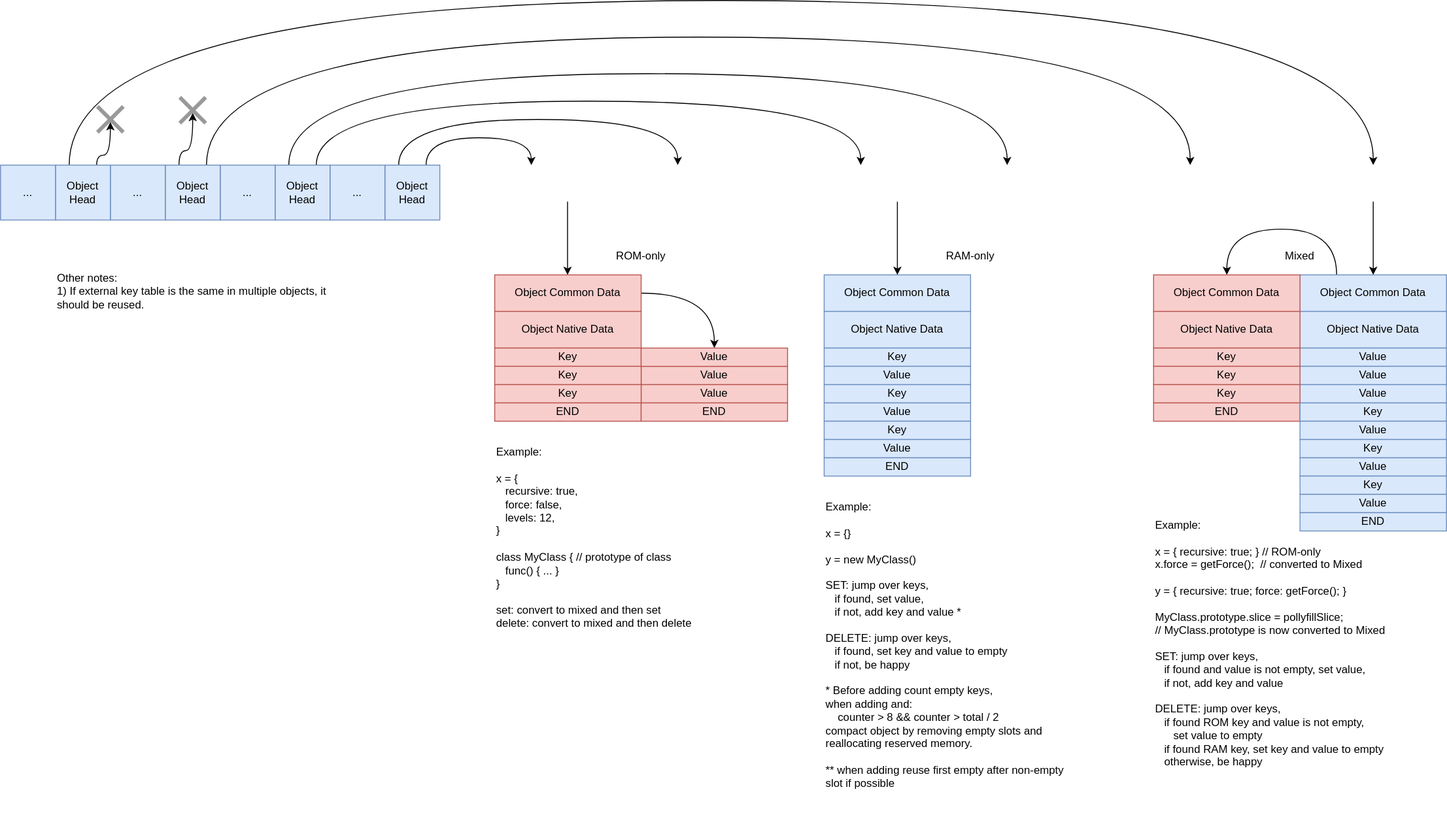
Before: Diagrams.drawio.svg, a diagram exported from draw.io (kildom/deprecated). Source tidied: cells renumbered, new cells last; positions are measured from the earlier drawing's top-left corner, leaving out a move shared by most shapes.
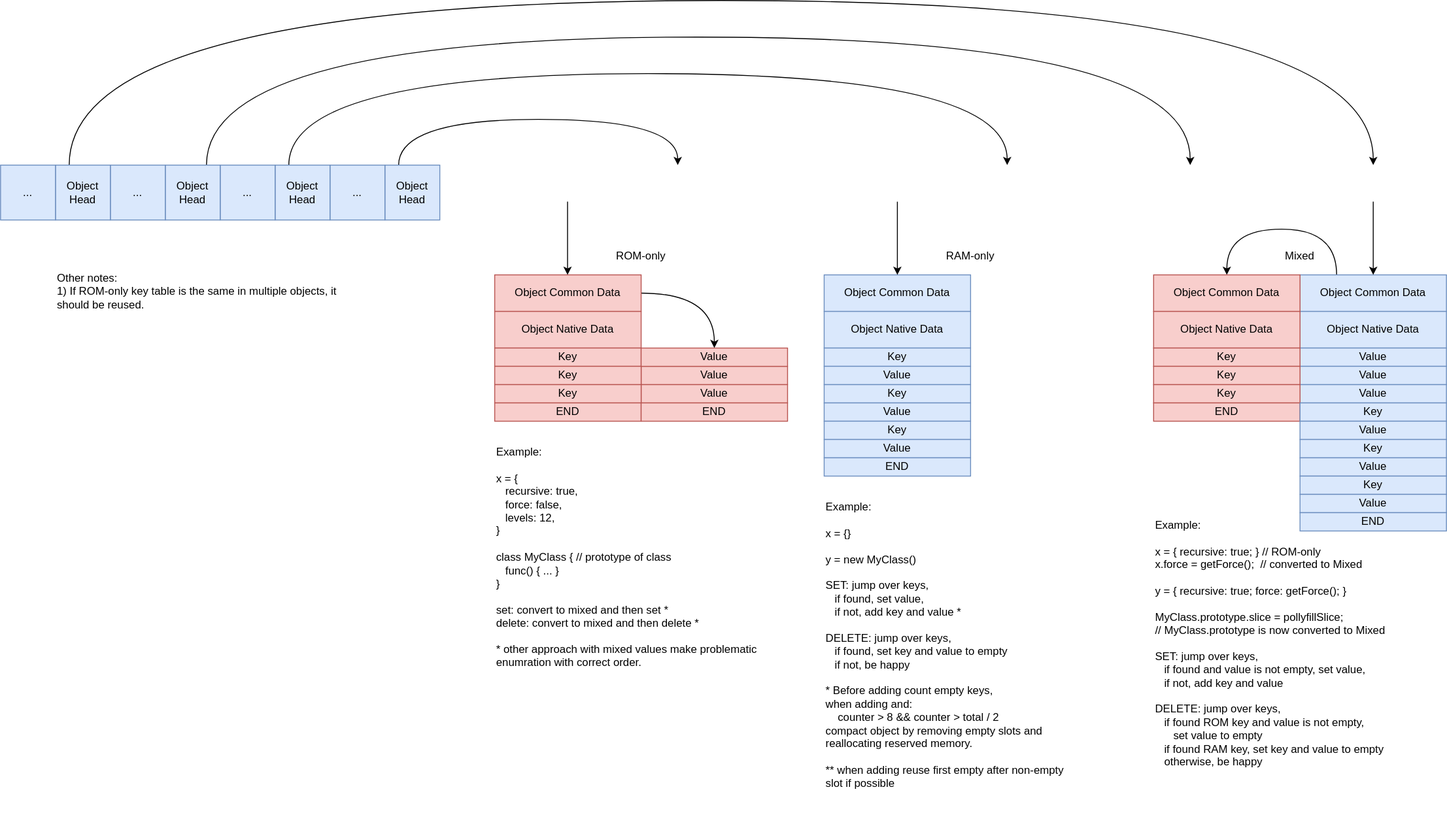
The same diagram one commit later.

Diff of the diagram source:
```diff
@@ -11,15 +11,6 @@
         </Array>
       </mxGeometry>
     </mxCell>
-    <mxCell id="3" style="edgeStyle=orthogonalEdgeStyle;shape=connector;curved=1;rounded=1;html=1;exitX=0.75;exitY=0;exitDx=0;exitDy=0;entryX=0.5;entryY=0;entryDx=0;entryDy=0;labelBackgroundColor=default;strokeColor=default;fontFamily=Helvetica;fontSize=11;fontColor=default;endArrow=classic;" parent="1" edge="1" source="4">
-      <mxGeometry relative="1" as="geometry">
-        <mxPoint x="580" y="180" as="targetPoint" />
-        <Array as="points">
-          <mxPoint x="465" y="150" />
-          <mxPoint x="580" y="150" />
-        </Array>
-      </mxGeometry>
-    </mxCell>
     <mxCell id="4" value="Object Head" style="rounded=0;whiteSpace=wrap;html=1;fillColor=#dae8fc;strokeColor=#6c8ebf;" parent="1" vertex="1">
       <mxGeometry x="420" y="180" width="60" height="60" as="geometry" />
     </mxCell>
@@ -35,15 +26,6 @@
         </Array>
       </mxGeometry>
     </mxCell>
-    <mxCell id="7" style="edgeStyle=orthogonalEdgeStyle;shape=connector;curved=1;rounded=1;html=1;exitX=0.75;exitY=0;exitDx=0;exitDy=0;entryX=0.5;entryY=0;entryDx=0;entryDy=0;labelBackgroundColor=default;strokeColor=default;fontFamily=Helvetica;fontSize=11;fontColor=default;endArrow=classic;" parent="1" edge="1" source="8">
-      <mxGeometry relative="1" as="geometry">
-        <mxPoint x="940" y="180" as="targetPoint" />
-        <Array as="points">
-          <mxPoint x="345" y="110" />
-          <mxPoint x="940" y="110" />
-        </Array>
-      </mxGeometry>
-    </mxCell>
     <mxCell id="8" value="Object Head" style="rounded=0;whiteSpace=wrap;html=1;fillColor=#dae8fc;strokeColor=#6c8ebf;" parent="1" vertex="1">
       <mxGeometry x="300" y="180" width="60" height="60" as="geometry" />
     </mxCell>
@@ -59,21 +41,12 @@
         </Array>
       </mxGeometry>
     </mxCell>
-    <mxCell id="11" style="edgeStyle=orthogonalEdgeStyle;shape=connector;curved=1;rounded=1;html=1;exitX=0.25;exitY=0;exitDx=0;exitDy=0;entryX=0;entryY=0;entryDx=22.12132034355966;entryDy=22.12132034355966;entryPerimeter=0;labelBackgroundColor=default;strokeColor=default;fontFamily=Helvetica;fontSize=11;fontColor=default;endArrow=classic;" parent="1" edge="1" source="12" target="14">
-      <mxGeometry relative="1" as="geometry" />
-    </mxCell>
     <mxCell id="12" value="Object Head" style="rounded=0;whiteSpace=wrap;html=1;fillColor=#dae8fc;strokeColor=#6c8ebf;" parent="1" vertex="1">
       <mxGeometry x="180" y="180" width="60" height="60" as="geometry" />
     </mxCell>
     <mxCell id="13" value="..." style="rounded=0;whiteSpace=wrap;html=1;fillColor=#dae8fc;strokeColor=#6c8ebf;" parent="1" vertex="1">
       <mxGeometry x="120" y="180" width="60" height="60" as="geometry" />
     </mxCell>
-    <mxCell id="14" style="shape=cross;whiteSpace=wrap;html=1;fontFamily=Helvetica;fontSize=11;fontColor=default;rotation=45;strokeColor=none;fillColor=#999999;size=0.10606601717798299;" parent="1" vertex="1">
-      <mxGeometry x="190" y="100" width="40" height="40" as="geometry" />
-    </mxCell>
-    <mxCell id="15" style="shape=cross;whiteSpace=wrap;html=1;fontFamily=Helvetica;fontSize=11;fontColor=default;rotation=45;strokeColor=none;fillColor=#999999;size=0.10606601717798299;" parent="1" vertex="1">
-      <mxGeometry x="100" y="110" width="40" height="40" as="geometry" />
-    </mxCell>
     <mxCell id="16" style="edgeStyle=orthogonalEdgeStyle;shape=connector;curved=1;rounded=1;html=1;exitX=0.25;exitY=0;exitDx=0;exitDy=0;entryX=0.5;entryY=0;entryDx=0;entryDy=0;labelBackgroundColor=default;strokeColor=default;fontFamily=Helvetica;fontSize=11;fontColor=default;endArrow=classic;" parent="1" edge="1" source="18">
       <mxGeometry relative="1" as="geometry">
         <mxPoint x="1500" y="180" as="targetPoint" />
@@ -83,16 +56,13 @@
         </Array>
       </mxGeometry>
     </mxCell>
-    <mxCell id="17" style="edgeStyle=orthogonalEdgeStyle;shape=connector;curved=1;rounded=1;html=1;exitX=0.75;exitY=0;exitDx=0;exitDy=0;entryX=0;entryY=0;entryDx=22.12132034355966;entryDy=22.12132034355966;entryPerimeter=0;labelBackgroundColor=default;strokeColor=default;fontFamily=Helvetica;fontSize=11;fontColor=default;endArrow=classic;" parent="1" edge="1" source="18" target="15">
-      <mxGeometry relative="1" as="geometry" />
-    </mxCell>
     <mxCell id="18" value="Object Head" style="rounded=0;whiteSpace=wrap;html=1;fillColor=#dae8fc;strokeColor=#6c8ebf;" parent="1" vertex="1">
       <mxGeometry x="60" y="180" width="60" height="60" as="geometry" />
     </mxCell>
     <mxCell id="19" value="..." style="rounded=0;whiteSpace=wrap;html=1;fillColor=#dae8fc;strokeColor=#6c8ebf;" parent="1" vertex="1">
       <mxGeometry y="180" width="60" height="60" as="geometry" />
     </mxCell>
-    <mxCell id="20" value="Other notes:&lt;br&gt;1) If external key table is the same in multiple objects, it should be reused." style="text;html=1;strokeColor=none;fillColor=none;align=left;verticalAlign=top;whiteSpace=wrap;rounded=0;fontSize=12;" parent="1" vertex="1">
+    <mxCell id="20" value="Other notes:&lt;br&gt;1) If ROM-only key table is the same in multiple objects, it should be reused." style="text;html=1;strokeColor=none;fillColor=none;align=left;verticalAlign=top;whiteSpace=wrap;rounded=0;fontSize=12;" parent="1" vertex="1">
       <mxGeometry x="60" y="290" width="320" height="240" as="geometry" />
     </mxCell>
     <mxCell id="21" value="Object Common Data" style="rounded=0;whiteSpace=wrap;html=1;fillColor=#dae8fc;strokeColor=#6c8ebf;" parent="1" vertex="1">
@@ -219,7 +189,7 @@
         <mxPoint x="1500" y="300" as="targetPoint" />
       </mxGeometry>
     </mxCell>
-    <mxCell id="58" value="&lt;div&gt;Example:&lt;/div&gt;&lt;div&gt;&lt;br&gt;&lt;/div&gt;&lt;div&gt;x = {&lt;/div&gt;&lt;div&gt;&amp;nbsp;&amp;nbsp; recursive: true,&lt;/div&gt;&lt;div&gt;&amp;nbsp;&amp;nbsp; force: false,&lt;/div&gt;&lt;div&gt;&amp;nbsp;&amp;nbsp; levels: 12,&lt;/div&gt;&lt;div&gt;}&lt;/div&gt;&lt;div&gt;&lt;br&gt;&lt;/div&gt;&lt;div&gt;class MyClass { // prototype of class&lt;/div&gt;&lt;div&gt;&amp;nbsp;&amp;nbsp; func() { ... }&lt;br&gt;&lt;/div&gt;&lt;div&gt;}&lt;/div&gt;&lt;div&gt;&lt;br&gt;&lt;/div&gt;&lt;div&gt;set: convert to mixed and then set&lt;/div&gt;&lt;div&gt;delete: convert to mixed and then delete&lt;br&gt;&lt;/div&gt;" style="text;html=1;strokeColor=none;fillColor=none;align=left;verticalAlign=top;whiteSpace=wrap;rounded=0;" parent="1" vertex="1">
+    <mxCell id="58" value="&lt;div&gt;Example:&lt;/div&gt;&lt;div&gt;&lt;br&gt;&lt;/div&gt;&lt;div&gt;x = {&lt;/div&gt;&lt;div&gt;&amp;nbsp;&amp;nbsp; recursive: true,&lt;/div&gt;&lt;div&gt;&amp;nbsp;&amp;nbsp; force: false,&lt;/div&gt;&lt;div&gt;&amp;nbsp;&amp;nbsp; levels: 12,&lt;/div&gt;&lt;div&gt;}&lt;/div&gt;&lt;div&gt;&lt;br&gt;&lt;/div&gt;&lt;div&gt;class MyClass { // prototype of class&lt;/div&gt;&lt;div&gt;&amp;nbsp;&amp;nbsp; func() { ... }&lt;br&gt;&lt;/div&gt;&lt;div&gt;}&lt;/div&gt;&lt;div&gt;&lt;br&gt;&lt;/div&gt;&lt;div&gt;set: convert to mixed and then set *&lt;br&gt;&lt;/div&gt;&lt;div&gt;delete: convert to mixed and then delete *&lt;br&gt;&lt;/div&gt;&lt;div&gt;&lt;br&gt;&lt;/div&gt;&lt;div&gt;* other approach with mixed values make problematic enumration with correct order.&lt;br&gt;&lt;/div&gt;" style="text;html=1;strokeColor=none;fillColor=none;align=left;verticalAlign=top;whiteSpace=wrap;rounded=0;" parent="1" vertex="1">
       <mxGeometry x="540" y="480" width="320" height="370" as="geometry" />
     </mxCell>
     <mxCell id="59" value="&lt;div&gt;Example:&lt;/div&gt;&lt;div&gt;&lt;br&gt;&lt;/div&gt;&lt;div&gt;x = {}&lt;/div&gt;&lt;div&gt;&lt;br&gt;&lt;/div&gt;&lt;div&gt;y = new MyClass()&lt;/div&gt;&lt;div&gt;&lt;br&gt;&lt;/div&gt;&lt;div&gt;SET: jump over keys,&lt;/div&gt;&lt;div&gt;&amp;nbsp;&amp;nbsp; if found, set value,&lt;/div&gt;&lt;div&gt;&amp;nbsp;&amp;nbsp; if not, add key and value *&lt;br&gt;&lt;/div&gt;&lt;div&gt;&lt;br&gt;&lt;/div&gt;&lt;div&gt;DELETE: jump over keys,&lt;/div&gt;&lt;div&gt;&amp;nbsp;&amp;nbsp; if found, set key and value to empty&lt;/div&gt;&lt;div&gt;&amp;nbsp;&amp;nbsp; if not, be happy&lt;br&gt;&lt;/div&gt;&lt;div&gt;&lt;br&gt;&lt;/div&gt;&lt;div&gt;* Before adding count empty keys,&lt;/div&gt;&lt;div&gt;when adding and:&lt;/div&gt;&lt;div&gt;&amp;nbsp; &amp;nbsp; counter &amp;gt; 8 &amp;amp;&amp;amp; counter &amp;gt; total / 2&lt;/div&gt;&lt;div&gt;compact object by removing empty slots and&lt;/div&gt;&lt;div&gt;reallocating reserved memory.&lt;/div&gt;&lt;div&gt;&lt;br&gt;&lt;/div&gt;&lt;div&gt;** when adding reuse first empty after non-empty slot if possible&lt;br&gt;&lt;/div&gt;" style="text;html=1;strokeColor=none;fillColor=none;align=left;verticalAlign=top;whiteSpace=wrap;rounded=0;" parent="1" vertex="1">
```
